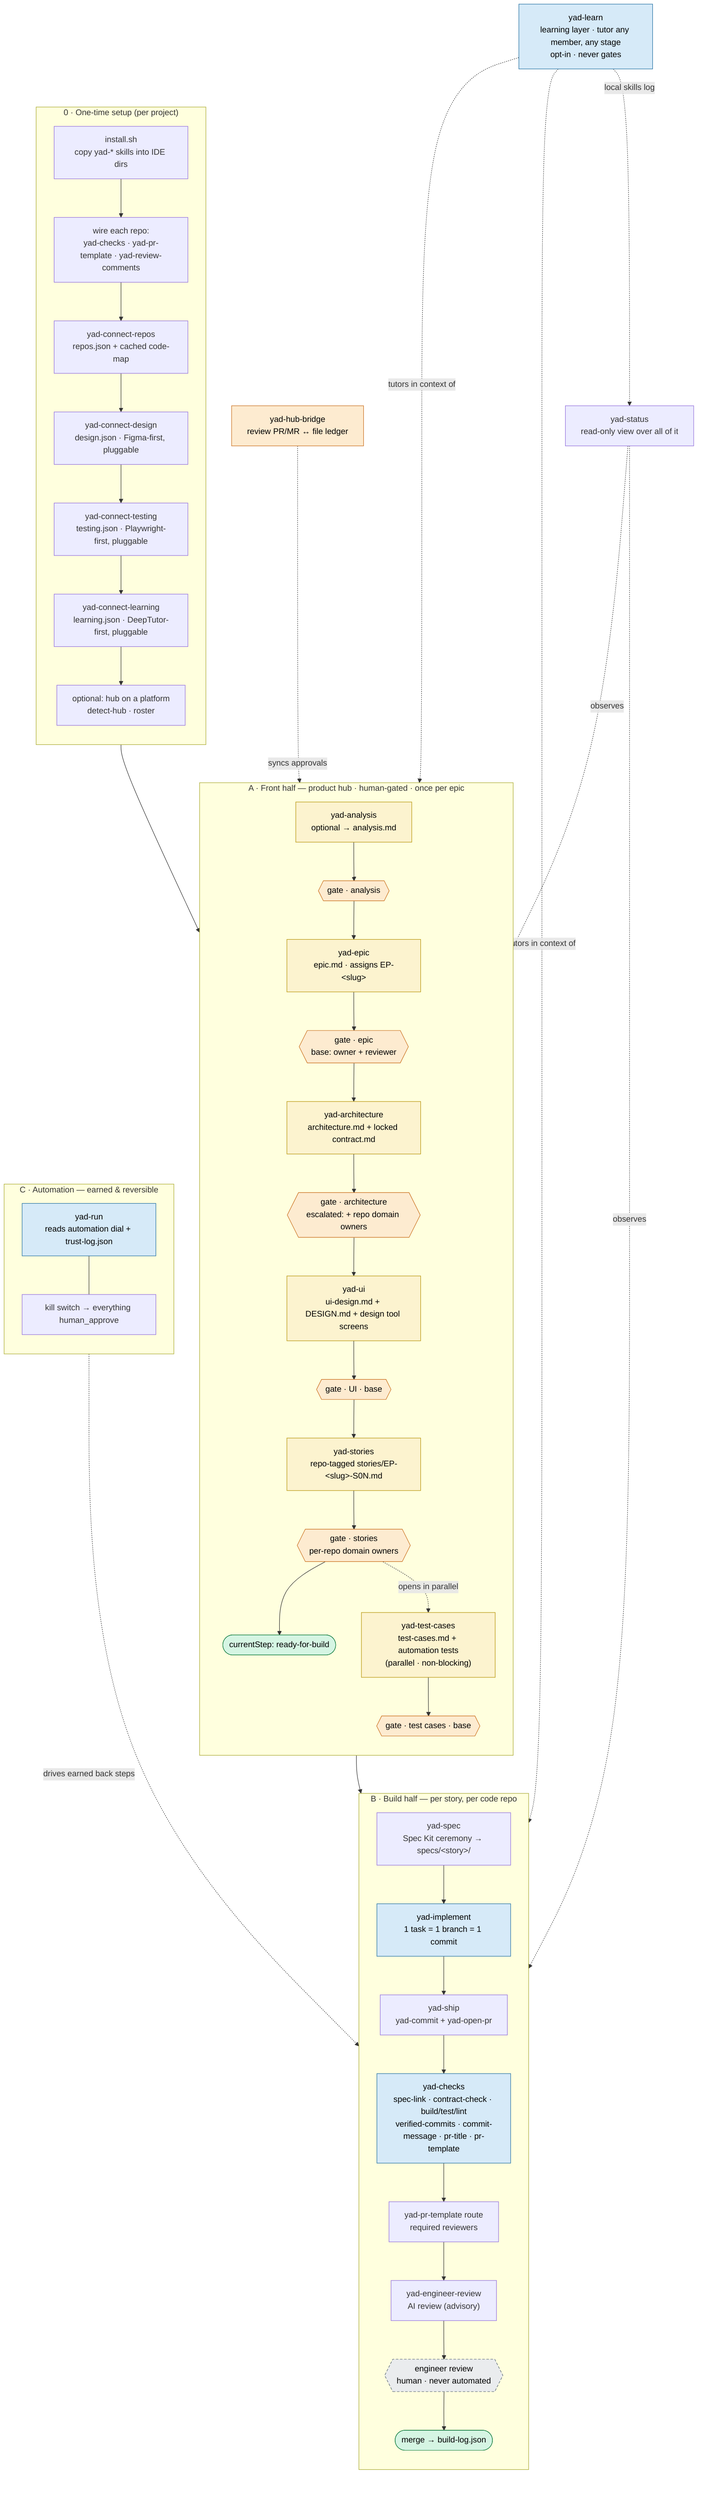
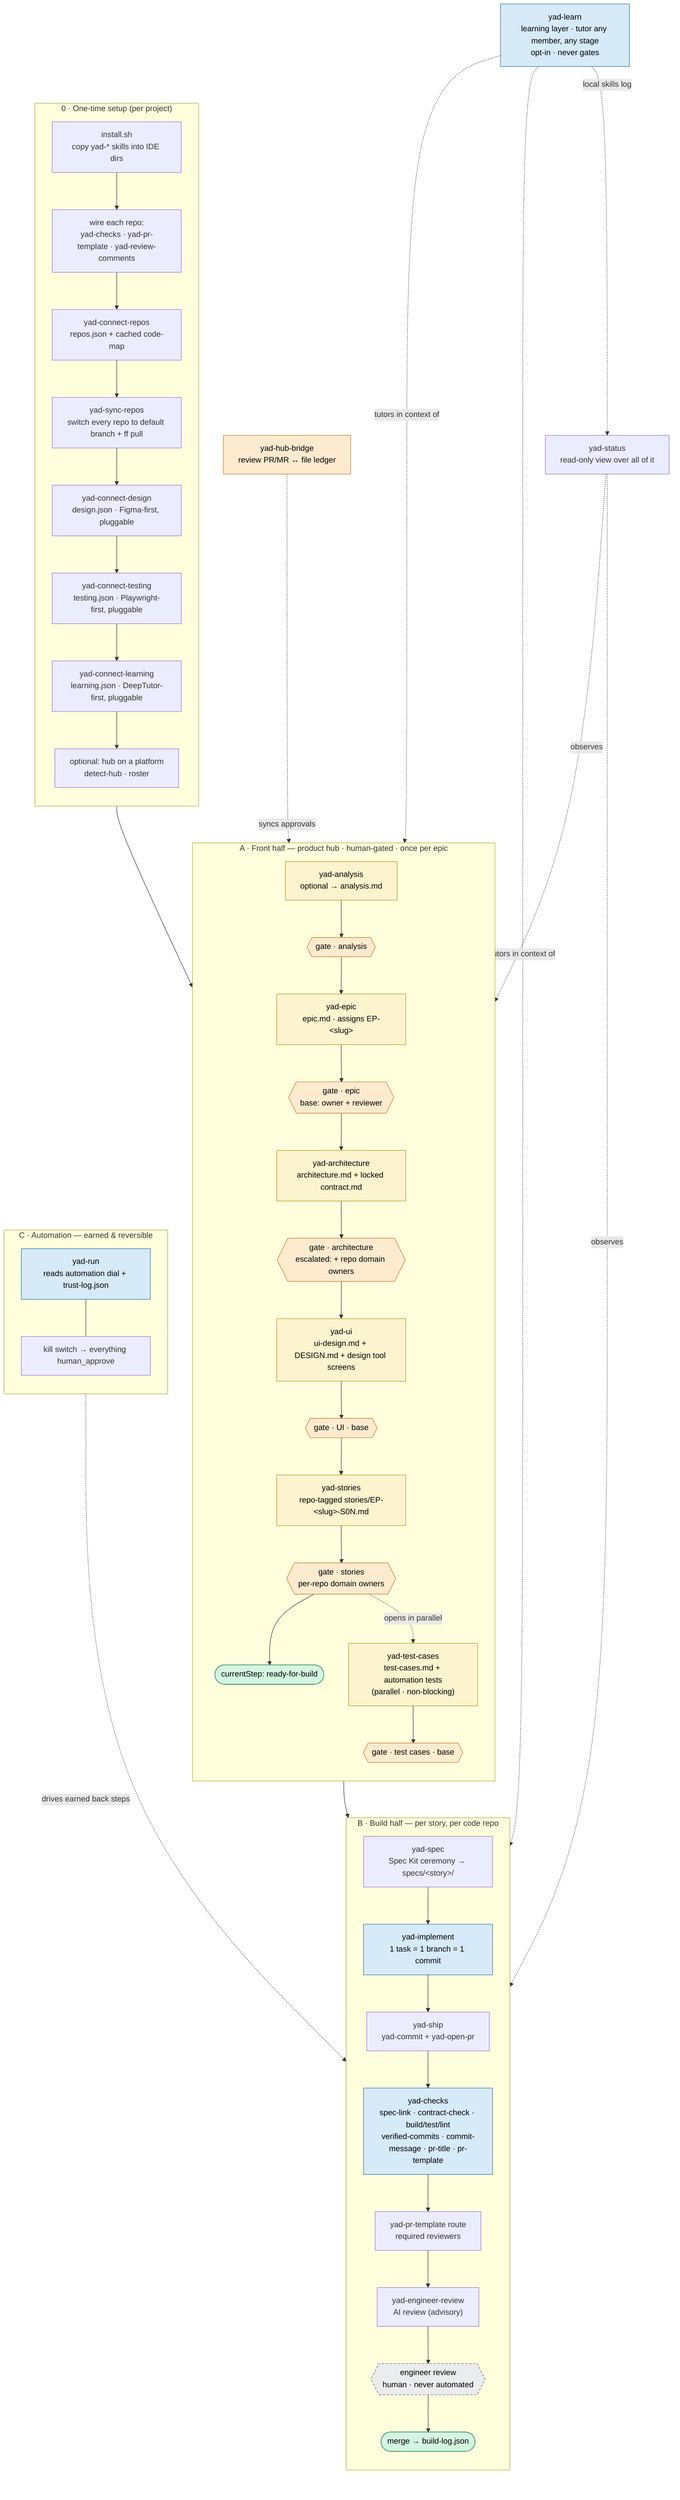
flowchart TD
    classDef gated fill:#fdebd0,stroke:#ca6f1e,color:#000
    classDef earns fill:#d6eaf8,stroke:#2471a3,color:#000
    classDef locked fill:#eaecee,stroke:#566573,color:#000,stroke-dasharray:5 3
    classDef artifact fill:#fcf3cf,stroke:#b7950b,color:#000
    classDef sentinel fill:#d5f5e3,stroke:#1e8449,color:#000

    subgraph SETUP["0 · One-time setup (per project)"]
      direction TB
      inst["install.sh<br/>copy yad-* skills into IDE dirs"]
      wire["wire each repo:<br/>yad-checks · yad-pr-template · yad-review-comments"]
      conn["yad-connect-repos<br/>repos.json + cached code-map"]
+       sync["yad-sync-repos<br/>switch every repo to default branch + ff pull"]
      cdes["yad-connect-design<br/>design.json · Figma-first, pluggable"]
      ctest["yad-connect-testing<br/>testing.json · Playwright-first, pluggable"]
      clearn["yad-connect-learning<br/>learning.json · DeepTutor-first, pluggable"]
      phub["optional: hub on a platform<br/>detect-hub · roster"]
-       inst --> wire --> conn --> cdes --> ctest --> clearn --> phub
+       inst --> wire --> conn --> sync --> cdes --> ctest --> clearn --> phub
    end

    subgraph FRONT["A · Front half — product hub · human-gated · once per epic"]
      direction TB
      an["yad-analysis<br/>optional → analysis.md"]:::artifact
      ep["yad-epic<br/>epic.md · assigns EP-&lt;slug&gt;"]:::artifact
      ar["yad-architecture<br/>architecture.md + locked contract.md"]:::artifact
      ui["yad-ui<br/>ui-design.md + DESIGN.md + design tool screens"]:::artifact
      st["yad-stories<br/>repo-tagged stories/EP-&lt;slug&gt;-S0N.md"]:::artifact
      tc["yad-test-cases<br/>test-cases.md + automation tests<br/>(parallel · non-blocking)"]:::artifact
      gAn{{"gate · analysis"}}:::gated
      gEp{{"gate · epic<br/>base: owner + reviewer"}}:::gated
      gAr{{"gate · architecture<br/>escalated: + repo domain owners"}}:::gated
      gUi{{"gate · UI · base"}}:::gated
      gSt{{"gate · stories<br/>per-repo domain owners"}}:::gated
      gTc{{"gate · test cases · base"}}:::gated
      rfb(["currentStep: ready-for-build"]):::sentinel
      an --> gAn --> ep --> gEp --> ar --> gAr --> ui --> gUi --> st --> gSt --> rfb
      gSt -. opens in parallel .-> tc --> gTc
    end

    subgraph BUILD["B · Build half — per story, per code repo"]
      direction TB
      sp["yad-spec<br/>Spec Kit ceremony → specs/&lt;story&gt;/"]
      im["yad-implement<br/>1 task = 1 branch = 1 commit"]:::earns
      shp["yad-ship<br/>yad-commit + yad-open-pr"]
      ck["yad-checks<br/>spec-link · contract-check · build/test/lint<br/>verified-commits · commit-message · pr-title · pr-template"]:::earns
      prm["yad-pr-template route<br/>required reviewers"]
      air["yad-engineer-review<br/>AI review (advisory)"]
      eng{{"engineer review<br/>human · never automated"}}:::locked
      merged(["merge → build-log.json"]):::sentinel
      sp --> im --> shp --> ck --> prm --> air --> eng --> merged
    end

    subgraph AUTO["C · Automation — earned & reversible"]
      direction TB
      run["yad-run<br/>reads automation dial + trust-log.json"]:::earns
      kill["kill switch → everything human_approve"]
      run --- kill
    end

    phub --> an
    rfb --> sp
    run -. drives earned back steps .-> im
    bridge["yad-hub-bridge<br/>review PR/MR ↔ file ledger"]:::gated
    bridge -. syncs approvals .-> gEp
    status["yad-status<br/>read-only view over all of it"]
    status -. observes .-> FRONT
    status -. observes .-> BUILD
    learn["yad-learn<br/>learning layer · tutor any member, any stage<br/>opt-in · never gates"]:::earns
    learn -. tutors in context of .-> FRONT
    learn -. tutors in context of .-> BUILD
    learn -. local skills log .-> status
